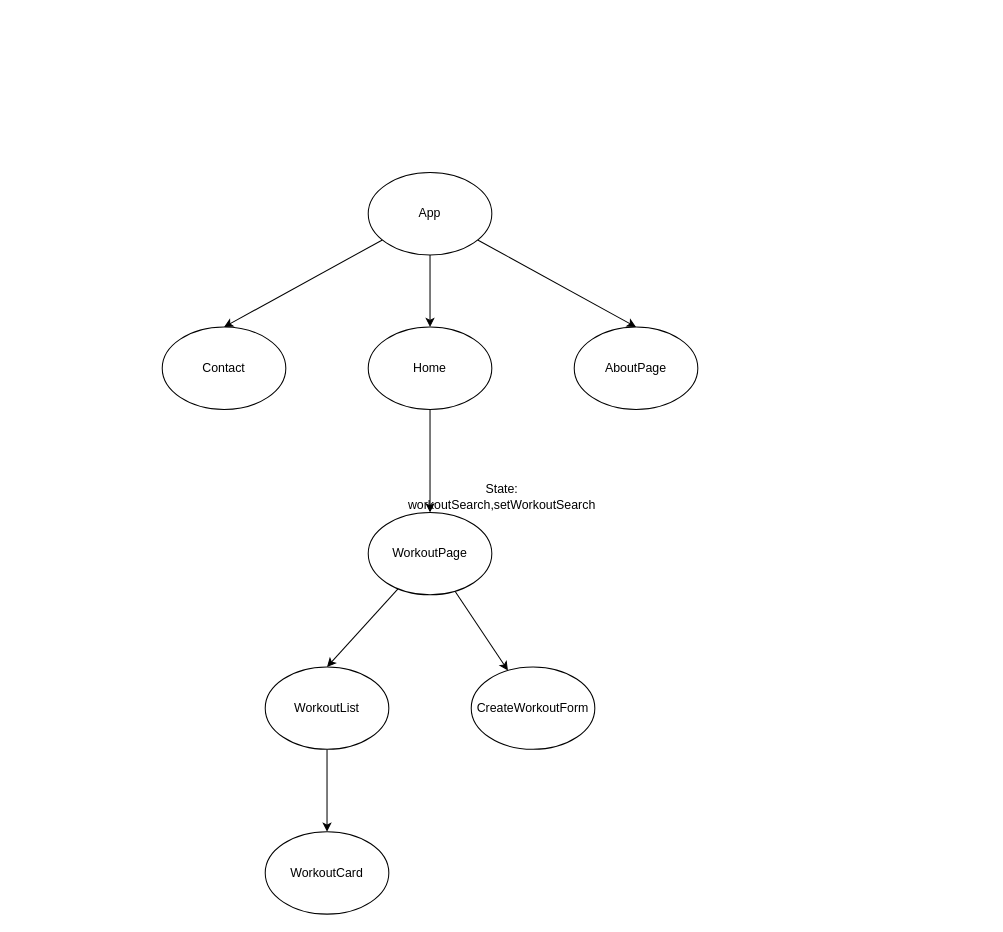
ineedsleep2000/lucky-fitness-app keeps this draw.io diagram as Component-Diagram.drawio. Above is the earlier version. Source tidied: cells renumbered, new cells numbered last; positions are measured from the earlier drawing's top-left corner, leaving out a move shared by most shapes. Both pictures are drawn from the tidied source at 103%, with x=0, y=0 at pixel (162, 172).
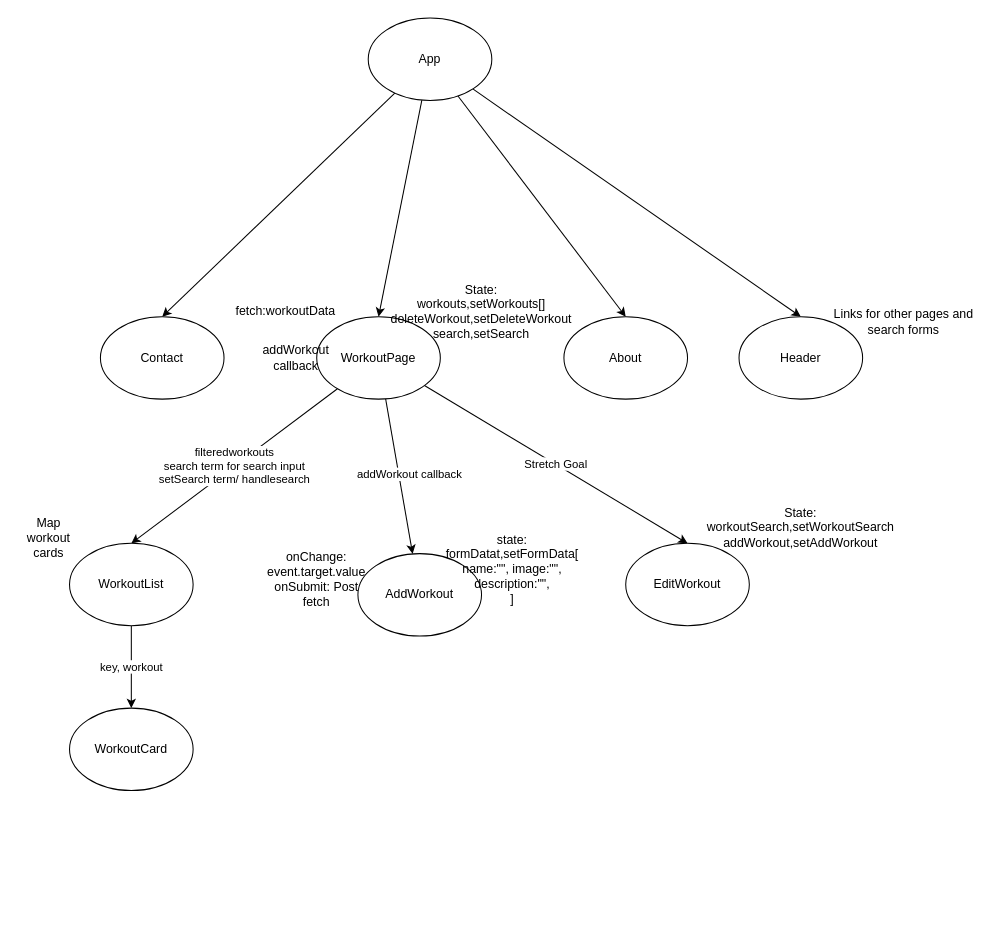
After the change.

Commit message:
updated drawio for the road map

What changed in the source:
```diff
@@
-    <mxCell id="2" style="edgeStyle=none;html=1;" parent="1" edge="1" source="5" target="7">
-      <mxGeometry relative="1" as="geometry" />
-    </mxCell>
@@
+    <mxCell id="18" style="edgeStyle=none;html=1;entryX=0.5;entryY=0;entryDx=0;entryDy=0;" parent="1" edge="1" source="5" target="25">
+      <mxGeometry relative="1" as="geometry" />
+    </mxCell>
+    <mxCell id="19" style="edgeStyle=none;html=1;entryX=0.5;entryY=0;entryDx=0;entryDy=0;" parent="1" edge="1" source="5" target="12">
+      <mxGeometry relative="1" as="geometry" />
+    </mxCell>
     <mxCell id="5" value="App" style="ellipse;whiteSpace=wrap;html=1;" parent="1" vertex="1">
-      <mxGeometry x="200" width="120" height="80" as="geometry" />
+      <mxGeometry x="200" y="-150" width="120" height="80" as="geometry" />
     </mxCell>
-    <mxCell id="6" style="edgeStyle=none;html=1;" parent="1" edge="1" source="7" target="12">
-      <mxGeometry relative="1" as="geometry" />
-    </mxCell>
-    <mxCell id="7" value="Home" style="ellipse;whiteSpace=wrap;html=1;" parent="1" vertex="1">
-      <mxGeometry x="200" y="150" width="120" height="80" as="geometry" />
-    </mxCell>
     <mxCell id="8" value="Contact" style="ellipse;whiteSpace=wrap;html=1;" parent="1" vertex="1">
-      <mxGeometry y="150" width="120" height="80" as="geometry" />
+      <mxGeometry x="-60" y="140" width="120" height="80" as="geometry" />
     </mxCell>
-    <mxCell id="9" value="AboutPage" style="ellipse;whiteSpace=wrap;html=1;" parent="1" vertex="1">
-      <mxGeometry x="400" y="150" width="120" height="80" as="geometry" />
+    <mxCell id="9" value="About" style="ellipse;whiteSpace=wrap;html=1;" parent="1" vertex="1">
+      <mxGeometry x="390" y="140" width="120" height="80" as="geometry" />
     </mxCell>
-    <mxCell id="10" style="edgeStyle=none;html=1;" parent="1" edge="1" source="12" target="13">
+    <mxCell id="10" value="Stretch Goal" style="edgeStyle=none;html=1;entryX=0.5;entryY=0;entryDx=0;entryDy=0;" parent="1" edge="1" source="12" target="24">
       <mxGeometry relative="1" as="geometry" />
     </mxCell>
-    <mxCell id="11" style="edgeStyle=none;html=1;entryX=0.5;entryY=0;entryDx=0;entryDy=0;" parent="1" edge="1" source="12" target="15">
+    <mxCell id="11" value="filteredworkouts&lt;br&gt;search term for search input&lt;br&gt;setSearch term/ handlesearch" style="edgeStyle=none;html=1;entryX=0.5;entryY=0;entryDx=0;entryDy=0;" parent="1" edge="1" source="12" target="15">
       <mxGeometry relative="1" as="geometry" />
     </mxCell>
+    <mxCell id="20" value="addWorkout callback" style="edgeStyle=none;html=1;" parent="1" edge="1" source="12" target="23">
+      <mxGeometry y="10" relative="1" as="geometry" />
+    </mxCell>
     <mxCell id="12" value="WorkoutPage" style="ellipse;whiteSpace=wrap;html=1;" parent="1" vertex="1">
-      <mxGeometry x="200" y="330" width="120" height="80" as="geometry" />
+      <mxGeometry x="150" y="140" width="120" height="80" as="geometry" />
     </mxCell>
-    <mxCell id="13" value="CreateWorkoutForm" style="ellipse;whiteSpace=wrap;html=1;" parent="1" vertex="1">
-      <mxGeometry x="300" y="480" width="120" height="80" as="geometry" />
-    </mxCell>
-    <mxCell id="14" style="edgeStyle=none;html=1;" parent="1" edge="1" source="15" target="16">
+    <mxCell id="14" value="key, workout" style="edgeStyle=none;html=1;" parent="1" edge="1" source="15" target="16">
       <mxGeometry relative="1" as="geometry" />
     </mxCell>
     <mxCell id="15" value="WorkoutList" style="ellipse;whiteSpace=wrap;html=1;" parent="1" vertex="1">
-      <mxGeometry x="100" y="480" width="120" height="80" as="geometry" />
+      <mxGeometry x="-90" y="360" width="120" height="80" as="geometry" />
     </mxCell>
     <mxCell id="16" value="WorkoutCard" style="ellipse;whiteSpace=wrap;html=1;" parent="1" vertex="1">
-      <mxGeometry x="100" y="640" width="120" height="80" as="geometry" />
+      <mxGeometry x="-90" y="520" width="120" height="80" as="geometry" />
     </mxCell>
-    <mxCell id="17" value="State:&lt;br&gt;workoutSearch,setWorkoutSearch" style="text;html=1;strokeColor=none;fillColor=none;align=center;verticalAlign=middle;whiteSpace=wrap;rounded=0;" parent="1" vertex="1">
-      <mxGeometry x="300" y="300" width="60" height="30" as="geometry" />
+    <mxCell id="17" value="State:&lt;br&gt;workoutSearch,setWorkoutSearch&lt;br&gt;addWorkout,setAddWorkout" style="text;html=1;strokeColor=none;fillColor=none;align=center;verticalAlign=middle;whiteSpace=wrap;rounded=0;" parent="1" vertex="1">
+      <mxGeometry x="590" y="330" width="60" height="30" as="geometry" />
     </mxCell>
+    <mxCell id="21" value="fetch:workoutData" style="text;html=1;strokeColor=none;fillColor=none;align=center;verticalAlign=middle;whiteSpace=wrap;rounded=0;" parent="1" vertex="1">
+      <mxGeometry x="90" y="120" width="60" height="30" as="geometry" />
+    </mxCell>
+    <mxCell id="22" value="State:&lt;br&gt;workouts,setWorkouts[]&lt;br&gt;deleteWorkout,setDeleteWorkout&lt;br&gt;search,setSearch" style="text;html=1;strokeColor=none;fillColor=none;align=center;verticalAlign=middle;whiteSpace=wrap;rounded=0;" parent="1" vertex="1">
+      <mxGeometry x="280" y="120" width="60" height="30" as="geometry" />
+    </mxCell>
+    <mxCell id="23" value="AddWorkout" style="ellipse;whiteSpace=wrap;html=1;" parent="1" vertex="1">
+      <mxGeometry x="190" y="370" width="120" height="80" as="geometry" />
+    </mxCell>
+    <mxCell id="24" value="EditWorkout" style="ellipse;whiteSpace=wrap;html=1;" parent="1" vertex="1">
+      <mxGeometry x="450" y="360" width="120" height="80" as="geometry" />
+    </mxCell>
+    <mxCell id="25" value="Header" style="ellipse;whiteSpace=wrap;html=1;" parent="1" vertex="1">
+      <mxGeometry x="560" y="140" width="120" height="80" as="geometry" />
+    </mxCell>
+    <mxCell id="26" value="Links for other pages and search forms" style="text;html=1;strokeColor=none;fillColor=none;align=center;verticalAlign=middle;whiteSpace=wrap;rounded=0;" parent="1" vertex="1">
+      <mxGeometry x="640" y="130" width="160" height="30" as="geometry" />
+    </mxCell>
+    <mxCell id="27" value="Map workout cards" style="text;html=1;strokeColor=none;fillColor=none;align=center;verticalAlign=middle;whiteSpace=wrap;rounded=0;" parent="1" vertex="1">
+      <mxGeometry x="-140" y="340" width="60" height="30" as="geometry" />
+    </mxCell>
+    <mxCell id="28" value="addWorkout callback" style="text;html=1;strokeColor=none;fillColor=none;align=center;verticalAlign=middle;whiteSpace=wrap;rounded=0;" parent="1" vertex="1">
+      <mxGeometry x="100" y="165" width="60" height="30" as="geometry" />
+    </mxCell>
+    <mxCell id="29" value="state:&lt;br&gt;formDatat,setFormData[&lt;br&gt;name:&quot;&quot;, image:&quot;&quot;,&lt;br&gt;description:&quot;&quot;,&lt;br&gt;]" style="text;html=1;strokeColor=none;fillColor=none;align=center;verticalAlign=middle;whiteSpace=wrap;rounded=0;" parent="1" vertex="1">
+      <mxGeometry x="310" y="370" width="60" height="30" as="geometry" />
+    </mxCell>
+    <mxCell id="30" value="onChange:&lt;br&gt;event.target.value&lt;br&gt;onSubmit: Post fetch" style="text;html=1;strokeColor=none;fillColor=none;align=center;verticalAlign=middle;whiteSpace=wrap;rounded=0;" parent="1" vertex="1">
+      <mxGeometry x="120" y="380" width="60" height="30" as="geometry" />
+    </mxCell>
```
